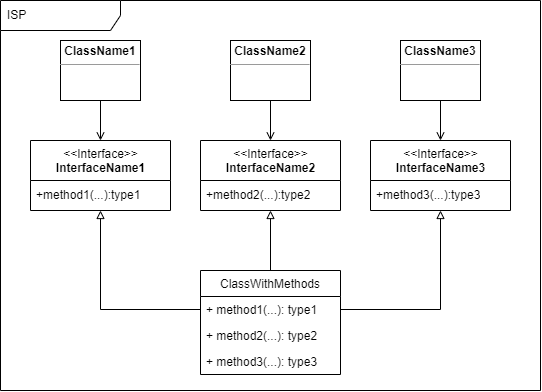
Above: ComputerScience/UncleBob/CleanArchitecture/uploads/ISP002.png in LuisCarlosRojasTorres/Books (draw.io), before the change. Source tidied: cells renumbered, new cells last; positions are measured from the earlier drawing's top-left corner, leaving out a move shared by most shapes.
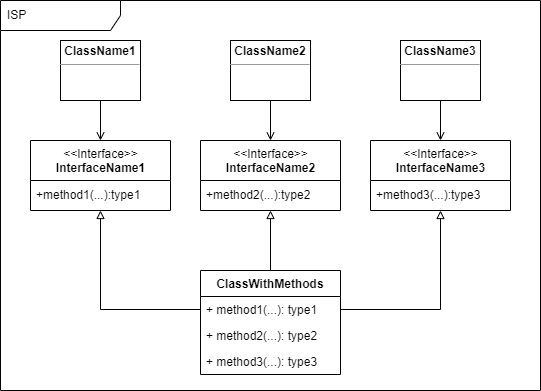
The same file after the commit.

Diff of the diagram source:
```diff
@@ -26,7 +26,7 @@
     <mxCell id="9" style="edgeStyle=orthogonalEdgeStyle;rounded=0;jettySize=auto;html=1;exitX=0.5;exitY=0;exitDx=0;exitDy=0;endArrow=block;endFill=0;" parent="1" edge="1" source="10" target="16">
       <mxGeometry relative="1" as="geometry" />
     </mxCell>
-    <mxCell id="10" value="ClassWithMethods" style="swimlane;fontStyle=0;horizontal=1;startSize=26;fillColor=none;" parent="1" vertex="1">
+    <mxCell id="10" value="ClassWithMethods" style="swimlane;fontStyle=1;horizontal=1;startSize=26;fillColor=none;" parent="1" vertex="1">
       <mxGeometry x="200" y="270" width="140" height="104" as="geometry" />
     </mxCell>
     <mxCell id="11" value="+ method1(...): type1" style="text;strokeColor=none;fillColor=none;align=left;verticalAlign=top;spacingLeft=4;spacingRight=4;overflow=hidden;points=[[0,0.5],[1,0.5]];portConstraint=eastwest;" parent="10" vertex="1">
```
